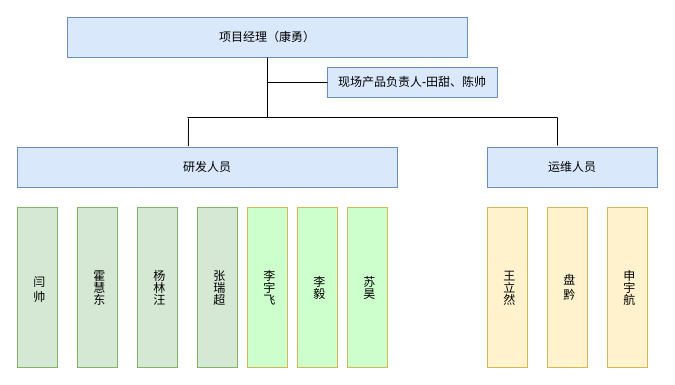
This is page "北指" (1 of 3) of 组织结构图.drawio from bj-ehualu/drawio, a draw.io file, before an edit. Source tidied: cells renumbered, new cells numbered last; positions are measured from the earlier drawing's top-left corner, leaving out a move shared by most shapes. Both pictures are drawn from the tidied source at 100%, with x=0, y=0 at pixel (17, 17).
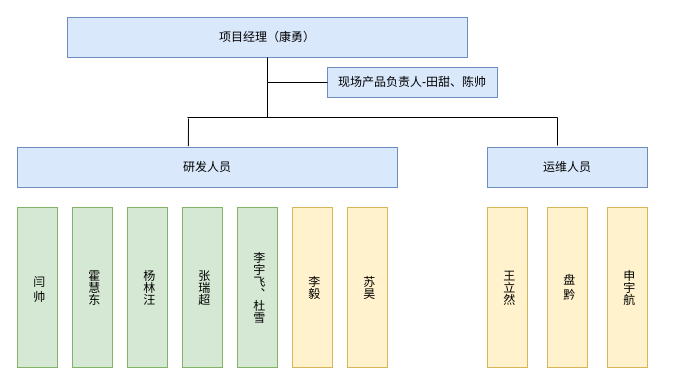
The same page after the edit.

Commit message:
更新组织结构图.drawio

Change to the diagram source:
```diff
@@
     <mxCell id="8" value="运维人员" style="rounded=0;whiteSpace=wrap;html=1;fillColor=#dae8fc;strokeColor=#6c8ebf;" parent="1" vertex="1">
-      <mxGeometry x="470" y="130" width="170" height="40" as="geometry" />
+      <mxGeometry x="470" y="130" width="160" height="40" as="geometry" />
     </mxCell>
@@
-    <mxCell id="13" value="霍慧东" style="rounded=0;whiteSpace=wrap;html=1;textDirection=vertical-lr;fillColor=#d5e8d4;strokeColor=#82b366;" parent="1" vertex="1">
-      <mxGeometry x="60" y="190" width="40" height="160" as="geometry" />
+    <mxCell id="13" value="霍慧东" style="rounded=0;whiteSpace=wrap;html=1;textDirection=vertical-lr;fillColor=#D5E8D4;strokeColor=#82b366;" parent="1" vertex="1">
+      <mxGeometry x="55" y="190" width="40" height="160" as="geometry" />
     </mxCell>
-    <mxCell id="14" value="杨林汪" style="rounded=0;whiteSpace=wrap;html=1;textDirection=vertical-lr;fillColor=#d5e8d4;strokeColor=#82b366;" parent="1" vertex="1">
-      <mxGeometry x="120" y="190" width="40" height="160" as="geometry" />
+    <mxCell id="14" value="杨林汪" style="rounded=0;whiteSpace=wrap;html=1;textDirection=vertical-lr;fillColor=#D5E8D4;strokeColor=#82b366;" parent="1" vertex="1">
+      <mxGeometry x="110" y="190" width="40" height="160" as="geometry" />
     </mxCell>
-    <mxCell id="15" value="李宇飞" style="rounded=0;whiteSpace=wrap;html=1;textDirection=vertical-lr;fillColor=#CCFFCC;strokeColor=#d6b656;" parent="1" vertex="1">
-      <mxGeometry x="230" y="190" width="40" height="160" as="geometry" />
+    <mxCell id="15" value="李宇飞、杜雪" style="rounded=0;whiteSpace=wrap;html=1;textDirection=vertical-lr;fillColor=#d5e8d4;strokeColor=#82b366;" parent="1" vertex="1">
+      <mxGeometry x="220" y="190" width="40" height="160" as="geometry" />
     </mxCell>
-    <mxCell id="16" value="张瑞超" style="rounded=0;whiteSpace=wrap;html=1;textDirection=vertical-lr;fillColor=#d5e8d4;strokeColor=#82b366;" parent="1" vertex="1">
-      <mxGeometry x="180" y="190" width="40" height="160" as="geometry" />
+    <mxCell id="16" value="张瑞超" style="rounded=0;whiteSpace=wrap;html=1;textDirection=vertical-lr;fillColor=#D5E8D4;strokeColor=#82b366;" parent="1" vertex="1">
+      <mxGeometry x="165" y="190" width="40" height="160" as="geometry" />
     </mxCell>
-    <mxCell id="17" value="李毅" style="rounded=0;whiteSpace=wrap;html=1;textDirection=vertical-lr;fillColor=#CCFFCC;strokeColor=#d6b656;" parent="1" vertex="1">
-      <mxGeometry x="280" y="190" width="40" height="160" as="geometry" />
+    <mxCell id="17" value="李毅" style="rounded=0;whiteSpace=wrap;html=1;textDirection=vertical-lr;fillColor=#fff2cc;strokeColor=#d6b656;" parent="1" vertex="1">
+      <mxGeometry x="275" y="190" width="40" height="160" as="geometry" />
     </mxCell>
-    <mxCell id="18" value="苏昊" style="rounded=0;whiteSpace=wrap;html=1;textDirection=vertical-lr;fillColor=#CCFFCC;strokeColor=#d6b656;" parent="1" vertex="1">
+    <mxCell id="18" value="苏昊" style="rounded=0;whiteSpace=wrap;html=1;textDirection=vertical-lr;fillColor=#fff2cc;strokeColor=#d6b656;" parent="1" vertex="1">
       <mxGeometry x="330" y="190" width="40" height="160" as="geometry" />
     </mxCell>
```
